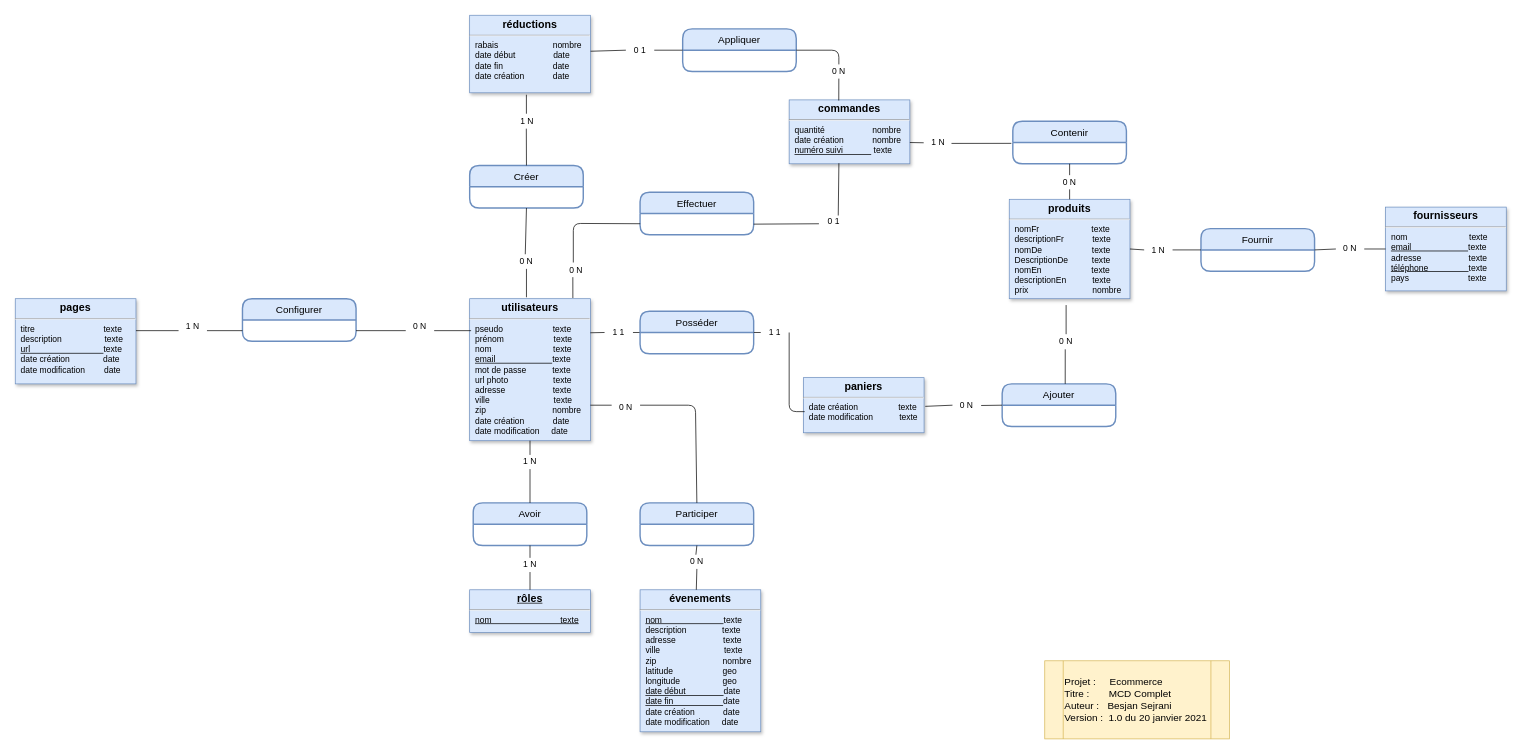
Earlier version of the draw.io diagram documents/MCD Ecommerce.drawio (besSejrani/MA-08). Source tidied: cells renumbered, new cells numbered last; positions are measured from the earlier drawing's top-left corner, leaving out a move shared by most shapes. Both pictures are drawn from the tidied source at 71%, with x=0, y=0 at pixel (15, 15).
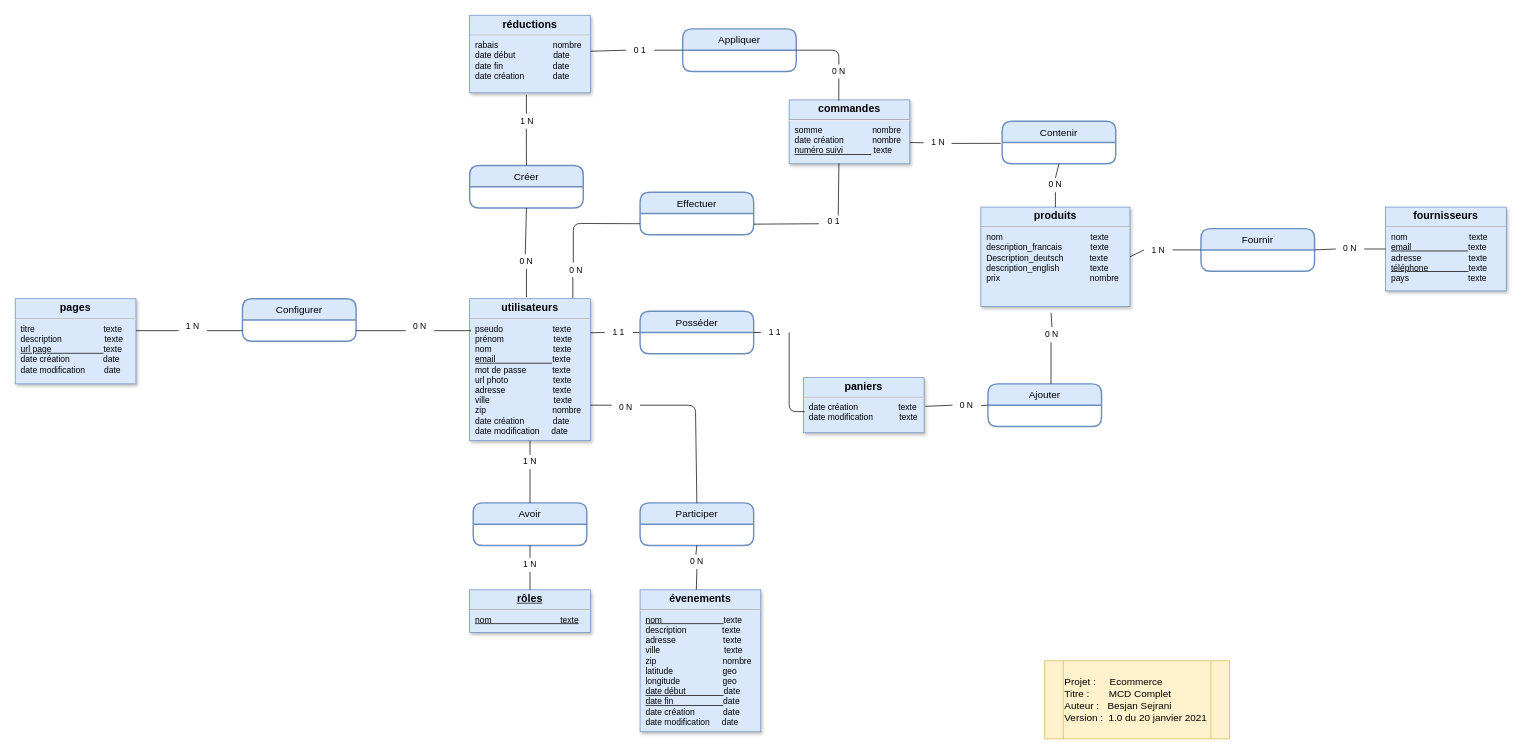
Above is the later version.

What changed in the source:
```diff
@@
-    <mxCell id="6" value="&lt;p style=&quot;margin: 4px 0px 0px ; text-align: center&quot;&gt;&lt;span style=&quot;font-size: 15px&quot;&gt;&lt;b&gt;pages&lt;/b&gt;&lt;/span&gt;&lt;/p&gt;&lt;hr&gt;&lt;p style=&quot;margin: 0px ; margin-left: 8px&quot;&gt;titre&amp;nbsp; &amp;nbsp; &amp;nbsp; &amp;nbsp; &amp;nbsp; &amp;nbsp; &amp;nbsp; &amp;nbsp; &amp;nbsp; &amp;nbsp; &amp;nbsp; &amp;nbsp; &amp;nbsp; &amp;nbsp; &amp;nbsp;texte&lt;/p&gt;&lt;p style=&quot;margin: 0px ; margin-left: 8px&quot;&gt;description&amp;nbsp; &amp;nbsp; &amp;nbsp; &amp;nbsp; &amp;nbsp; &amp;nbsp; &amp;nbsp; &amp;nbsp; &amp;nbsp; texte&lt;/p&gt;&lt;p style=&quot;margin: 0px ; margin-left: 8px&quot;&gt;&lt;u&gt;url&amp;nbsp; &amp;nbsp; &amp;nbsp; &amp;nbsp; &amp;nbsp; &amp;nbsp; &amp;nbsp; &amp;nbsp; &amp;nbsp; &amp;nbsp; &amp;nbsp; &amp;nbsp; &amp;nbsp; &amp;nbsp; &amp;nbsp; &amp;nbsp;&lt;/u&gt;texte&lt;/p&gt;&lt;p style=&quot;margin: 0px ; margin-left: 8px&quot;&gt;date création&amp;nbsp; &amp;nbsp; &amp;nbsp; &amp;nbsp; &amp;nbsp; &amp;nbsp; &amp;nbsp; date&lt;/p&gt;&lt;p style=&quot;margin: 0px ; margin-left: 8px&quot;&gt;date modification&amp;nbsp; &amp;nbsp; &amp;nbsp; &amp;nbsp; date&lt;/p&gt;" style="verticalAlign=top;align=left;overflow=fill;fontSize=12;fontFamily=Helvetica;html=1;strokeColor=#6c8ebf;shadow=1;fillColor=#dae8fc;" parent="1" vertex="1">
+    <mxCell id="6" value="&lt;p style=&quot;margin: 4px 0px 0px ; text-align: center&quot;&gt;&lt;span style=&quot;font-size: 15px&quot;&gt;&lt;b&gt;pages&lt;/b&gt;&lt;/span&gt;&lt;/p&gt;&lt;hr&gt;&lt;p style=&quot;margin: 0px ; margin-left: 8px&quot;&gt;titre&amp;nbsp; &amp;nbsp; &amp;nbsp; &amp;nbsp; &amp;nbsp; &amp;nbsp; &amp;nbsp; &amp;nbsp; &amp;nbsp; &amp;nbsp; &amp;nbsp; &amp;nbsp; &amp;nbsp; &amp;nbsp; &amp;nbsp;texte&lt;/p&gt;&lt;p style=&quot;margin: 0px ; margin-left: 8px&quot;&gt;description&amp;nbsp; &amp;nbsp; &amp;nbsp; &amp;nbsp; &amp;nbsp; &amp;nbsp; &amp;nbsp; &amp;nbsp; &amp;nbsp; texte&lt;/p&gt;&lt;p style=&quot;margin: 0px ; margin-left: 8px&quot;&gt;&lt;u&gt;url page&amp;nbsp; &amp;nbsp; &amp;nbsp; &amp;nbsp; &amp;nbsp; &amp;nbsp; &amp;nbsp; &amp;nbsp; &amp;nbsp; &amp;nbsp; &amp;nbsp;&amp;nbsp;&lt;/u&gt;texte&lt;/p&gt;&lt;p style=&quot;margin: 0px ; margin-left: 8px&quot;&gt;date création&amp;nbsp; &amp;nbsp; &amp;nbsp; &amp;nbsp; &amp;nbsp; &amp;nbsp; &amp;nbsp; date&lt;/p&gt;&lt;p style=&quot;margin: 0px ; margin-left: 8px&quot;&gt;date modification&amp;nbsp; &amp;nbsp; &amp;nbsp; &amp;nbsp; date&lt;/p&gt;" style="verticalAlign=top;align=left;overflow=fill;fontSize=12;fontFamily=Helvetica;html=1;strokeColor=#6c8ebf;shadow=1;fillColor=#dae8fc;" parent="1" vertex="1">
       <mxGeometry y="399.2" width="170" height="120" as="geometry" />
     </mxCell>
@@
-    <mxCell id="10" value="&lt;p style=&quot;margin: 4px 0px 0px ; text-align: center&quot;&gt;&lt;b&gt;&lt;font style=&quot;font-size: 15px&quot;&gt;commandes&lt;/font&gt;&lt;/b&gt;&lt;/p&gt;&lt;hr&gt;&lt;p style=&quot;margin: 0px ; margin-left: 8px&quot;&gt;quantité&amp;nbsp; &amp;nbsp; &amp;nbsp; &amp;nbsp; &amp;nbsp; &amp;nbsp; &amp;nbsp; &amp;nbsp; &amp;nbsp; &amp;nbsp; nombre&lt;/p&gt;&lt;p style=&quot;margin: 0px ; margin-left: 8px&quot;&gt;date création&amp;nbsp; &amp;nbsp; &amp;nbsp; &amp;nbsp; &amp;nbsp; &amp;nbsp; nombre&lt;/p&gt;&lt;p style=&quot;margin: 0px ; margin-left: 8px&quot;&gt;&lt;u&gt;numéro suivi&amp;nbsp; &amp;nbsp; &amp;nbsp; &amp;nbsp; &amp;nbsp; &amp;nbsp; &lt;/u&gt;&amp;nbsp;texte&lt;/p&gt;" style="verticalAlign=top;align=left;overflow=fill;fontSize=12;fontFamily=Helvetica;html=1;strokeColor=#6c8ebf;shadow=1;fillColor=#dae8fc;" parent="1" vertex="1">
+    <mxCell id="10" value="&lt;p style=&quot;margin: 4px 0px 0px ; text-align: center&quot;&gt;&lt;b&gt;&lt;font style=&quot;font-size: 15px&quot;&gt;commandes&lt;/font&gt;&lt;/b&gt;&lt;/p&gt;&lt;hr&gt;&lt;p style=&quot;margin: 0px ; margin-left: 8px&quot;&gt;somme&amp;nbsp; &amp;nbsp; &amp;nbsp; &amp;nbsp; &amp;nbsp; &amp;nbsp; &amp;nbsp; &amp;nbsp; &amp;nbsp; &amp;nbsp; &amp;nbsp;nombre&lt;/p&gt;&lt;p style=&quot;margin: 0px ; margin-left: 8px&quot;&gt;date création&amp;nbsp; &amp;nbsp; &amp;nbsp; &amp;nbsp; &amp;nbsp; &amp;nbsp; nombre&lt;/p&gt;&lt;p style=&quot;margin: 0px ; margin-left: 8px&quot;&gt;&lt;u&gt;numéro suivi&amp;nbsp; &amp;nbsp; &amp;nbsp; &amp;nbsp; &amp;nbsp; &amp;nbsp; &lt;/u&gt;&amp;nbsp;texte&lt;/p&gt;" style="verticalAlign=top;align=left;overflow=fill;fontSize=12;fontFamily=Helvetica;html=1;strokeColor=#6c8ebf;shadow=1;fillColor=#dae8fc;" parent="1" vertex="1">
       <mxGeometry x="1090" y="119.2" width="170" height="90" as="geometry" />
     </mxCell>
@@
-    <mxCell id="14" value="&lt;p style=&quot;margin: 4px 0px 0px ; text-align: center&quot;&gt;&lt;b&gt;&lt;font style=&quot;font-size: 15px&quot;&gt;produits&lt;/font&gt;&lt;/b&gt;&lt;/p&gt;&lt;hr&gt;&lt;p style=&quot;margin: 0px ; margin-left: 8px&quot;&gt;nomFr&amp;nbsp; &amp;nbsp; &amp;nbsp; &amp;nbsp; &amp;nbsp; &amp;nbsp; &amp;nbsp; &amp;nbsp; &amp;nbsp; &amp;nbsp; &amp;nbsp; texte&lt;/p&gt;&lt;p style=&quot;margin: 0px ; margin-left: 8px&quot;&gt;descriptionFr&amp;nbsp; &amp;nbsp; &amp;nbsp; &amp;nbsp; &amp;nbsp; &amp;nbsp; texte&lt;/p&gt;&lt;p style=&quot;margin: 0px ; margin-left: 8px&quot;&gt;nomDe&amp;nbsp; &amp;nbsp; &amp;nbsp; &amp;nbsp; &amp;nbsp; &amp;nbsp; &amp;nbsp; &amp;nbsp; &amp;nbsp; &amp;nbsp; &amp;nbsp;texte&lt;/p&gt;&lt;p style=&quot;margin: 0px ; margin-left: 8px&quot;&gt;DescriptionDe&amp;nbsp; &amp;nbsp; &amp;nbsp; &amp;nbsp; &amp;nbsp; texte&lt;/p&gt;&lt;p style=&quot;margin: 0px ; margin-left: 8px&quot;&gt;nomEn&amp;nbsp; &amp;nbsp; &amp;nbsp; &amp;nbsp; &amp;nbsp; &amp;nbsp; &amp;nbsp; &amp;nbsp; &amp;nbsp; &amp;nbsp; &amp;nbsp;texte&lt;/p&gt;&lt;p style=&quot;margin: 0px ; margin-left: 8px&quot;&gt;descriptionEn&amp;nbsp; &amp;nbsp; &amp;nbsp; &amp;nbsp; &amp;nbsp; &amp;nbsp;texte&lt;/p&gt;&lt;p style=&quot;margin: 0px ; margin-left: 8px&quot;&gt;prix&amp;nbsp; &amp;nbsp; &amp;nbsp; &amp;nbsp; &amp;nbsp; &amp;nbsp; &amp;nbsp; &amp;nbsp; &amp;nbsp; &amp;nbsp; &amp;nbsp; &amp;nbsp; &amp;nbsp; &amp;nbsp;nombre&lt;/p&gt;&lt;p style=&quot;margin: 0px ; margin-left: 8px&quot;&gt;&lt;br&gt;&lt;/p&gt;" style="verticalAlign=top;align=left;overflow=fill;fontSize=12;fontFamily=Helvetica;html=1;strokeColor=#6c8ebf;shadow=1;fillColor=#dae8fc;" parent="1" vertex="1">
-      <mxGeometry x="1400" y="259.2" width="170" height="140" as="geometry" />
+    <mxCell id="14" value="&lt;p style=&quot;margin: 4px 0px 0px ; text-align: center&quot;&gt;&lt;b&gt;&lt;font style=&quot;font-size: 15px&quot;&gt;produits&lt;/font&gt;&lt;/b&gt;&lt;/p&gt;&lt;hr&gt;&lt;p style=&quot;margin: 0px ; margin-left: 8px&quot;&gt;nom&amp;nbsp; &amp;nbsp; &amp;nbsp; &amp;nbsp; &amp;nbsp; &amp;nbsp; &amp;nbsp; &amp;nbsp; &amp;nbsp; &amp;nbsp; &amp;nbsp; &amp;nbsp; &amp;nbsp; &amp;nbsp; &amp;nbsp; &amp;nbsp; &amp;nbsp; &amp;nbsp; &amp;nbsp;texte&lt;/p&gt;&lt;p style=&quot;margin: 0px ; margin-left: 8px&quot;&gt;description_francais&amp;nbsp; &amp;nbsp; &amp;nbsp; &amp;nbsp; &amp;nbsp; &amp;nbsp; texte&lt;/p&gt;&lt;p style=&quot;margin: 0px ; margin-left: 8px&quot;&gt;Description_deutsch&amp;nbsp; &amp;nbsp; &amp;nbsp; &amp;nbsp; &amp;nbsp; &amp;nbsp;texte&lt;/p&gt;&lt;p style=&quot;margin: 0px ; margin-left: 8px&quot;&gt;description_english&amp;nbsp; &amp;nbsp; &amp;nbsp; &amp;nbsp; &amp;nbsp; &amp;nbsp; &amp;nbsp;texte&lt;/p&gt;&lt;p style=&quot;margin: 0px ; margin-left: 8px&quot;&gt;prix&amp;nbsp; &amp;nbsp; &amp;nbsp; &amp;nbsp; &amp;nbsp; &amp;nbsp; &amp;nbsp; &amp;nbsp; &amp;nbsp; &amp;nbsp; &amp;nbsp; &amp;nbsp; &amp;nbsp; &amp;nbsp; &amp;nbsp; &amp;nbsp; &amp;nbsp; &amp;nbsp; &amp;nbsp; nombre&lt;/p&gt;&lt;p style=&quot;margin: 0px ; margin-left: 8px&quot;&gt;&lt;br&gt;&lt;/p&gt;" style="verticalAlign=top;align=left;overflow=fill;fontSize=12;fontFamily=Helvetica;html=1;strokeColor=#6c8ebf;shadow=1;fillColor=#dae8fc;" parent="1" vertex="1">
+      <mxGeometry x="1360" y="270.2" width="210" height="140" as="geometry" />
     </mxCell>
@@
     <mxCell id="42" value="Ajouter" style="swimlane;horizontal=1;startSize=30;rounded=1;fontSize=14;fontStyle=0;strokeWidth=2;shadow=0;dashed=0;align=center;fillColor=#dae8fc;strokeColor=#6c8ebf;" parent="1" vertex="1">
-      <mxGeometry x="1390" y="519.2" width="160" height="60" as="geometry" />
+      <mxGeometry x="1370" y="519.2" width="160" height="60" as="geometry" />
     </mxCell>
@@
     <mxCell id="44" value="0 N" style="text;html=1;strokeColor=none;fillColor=none;align=center;verticalAlign=middle;whiteSpace=wrap;rounded=0;" parent="1" vertex="1">
-      <mxGeometry x="1460" y="449.2" width="40" height="20" as="geometry" />
+      <mxGeometry x="1440" y="439.2" width="40" height="20" as="geometry" />
     </mxCell>
@@
     <mxCell id="49" value="Contenir" style="swimlane;horizontal=1;startSize=30;rounded=1;fontSize=14;fontStyle=0;strokeWidth=2;shadow=0;dashed=0;align=center;fillColor=#dae8fc;strokeColor=#6c8ebf;" parent="1" vertex="1">
-      <mxGeometry x="1405" y="149.2" width="160" height="60" as="geometry" />
+      <mxGeometry x="1390" y="149.2" width="160" height="60" as="geometry" />
     </mxCell>
@@
     <mxCell id="51" value="0 N" style="text;html=1;strokeColor=none;fillColor=none;align=center;verticalAlign=middle;whiteSpace=wrap;rounded=0;" parent="1" vertex="1">
-      <mxGeometry x="1465" y="225.2" width="40" height="20" as="geometry" />
+      <mxGeometry x="1445" y="229.2" width="40" height="20" as="geometry" />
     </mxCell>
```
